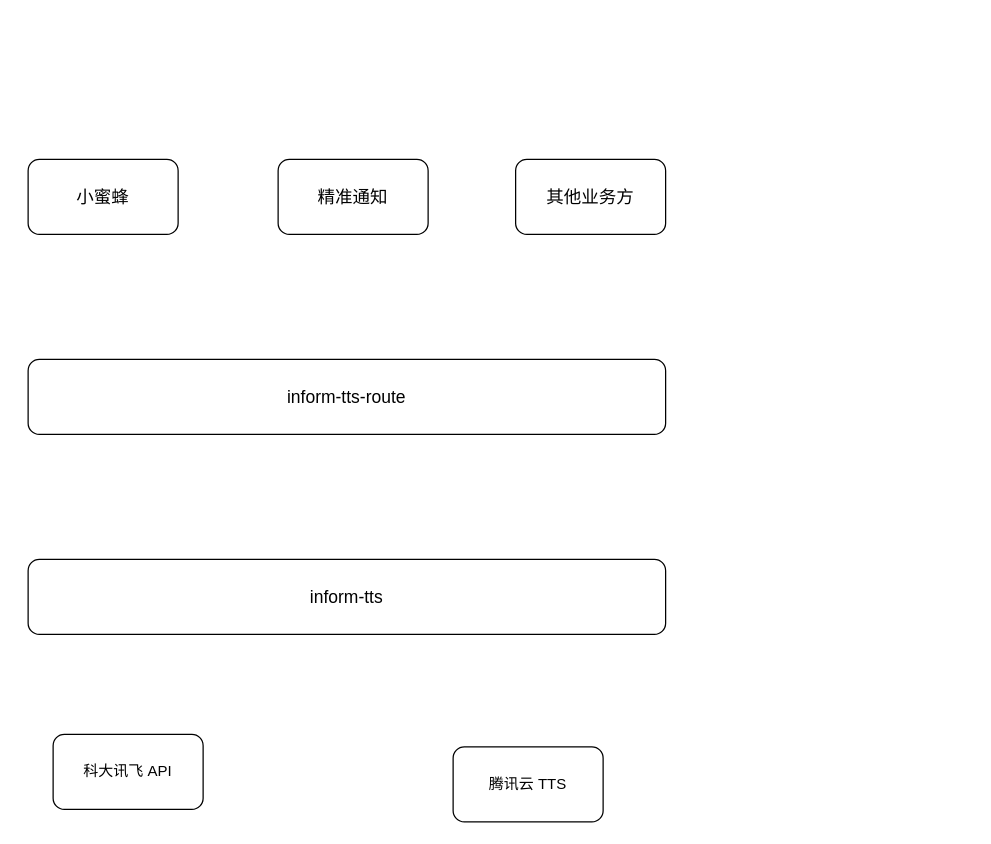
Earlier version of the draw.io diagram 音频合成架构.drawio (DongRuihua/draw). Source tidied: cells renumbered, new cells numbered last; positions are measured from the earlier drawing's top-left corner, leaving out a move shared by most shapes. Both pictures are drawn from the tidied source at 125%, with x=0, y=0 at pixel (28, 159). Pictures stored in the file or linked from it are replaced by grey dashed boxes.
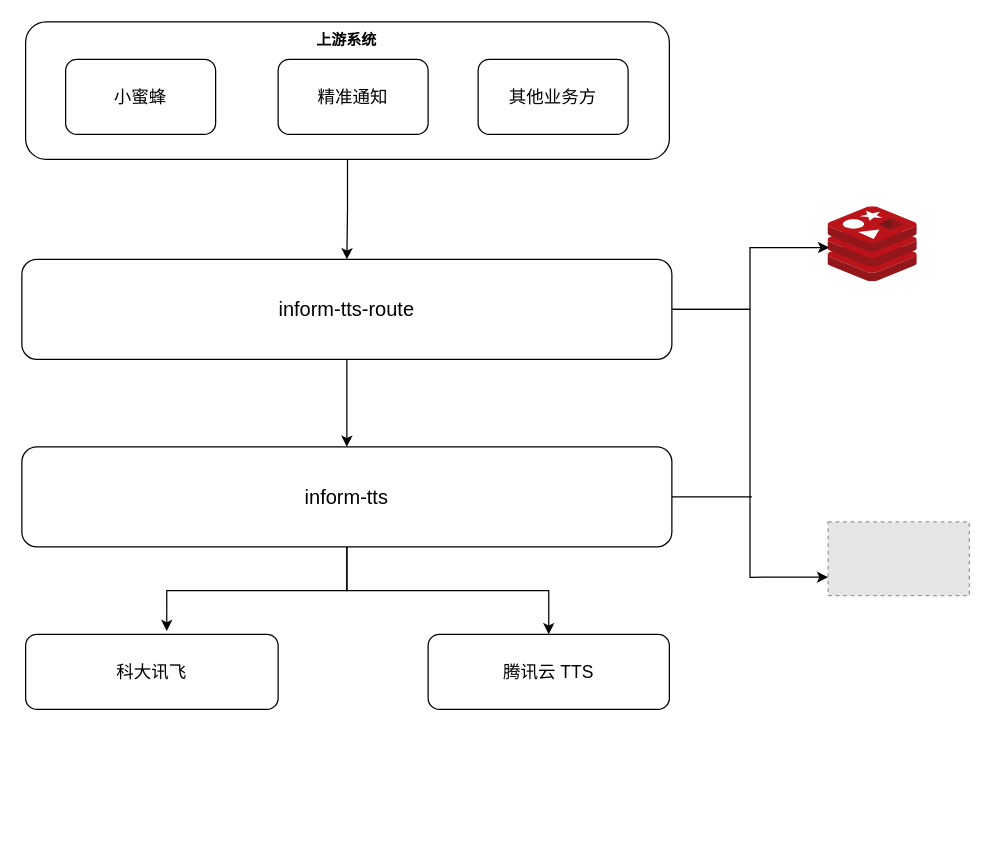
The same page after the edit.

Commit message:
更新音频合成架构.drawio

Change to the diagram source:
```diff
@@
+    <mxCell id="9" style="edgeStyle=orthogonalEdgeStyle;rounded=0;jettySize=auto;html=1;" parent="1" edge="1" source="10" target="5">
+      <mxGeometry relative="1" as="geometry" />
+    </mxCell>
+    <mxCell id="10" style="rounded=1;whiteSpace=wrap;html=1;perimeterSpacing=0;" parent="1" vertex="1">
+      <mxGeometry x="-2" y="-110" width="515" height="110" as="geometry" />
+    </mxCell>
     <mxCell id="2" value="&lt;font style=&quot;font-size: 14px;&quot;&gt;小蜜蜂&lt;/font&gt;" style="rounded=1;whiteSpace=wrap;html=1;" parent="1" vertex="1">
-      <mxGeometry width="120" height="60" as="geometry" />
+      <mxGeometry x="30" y="-80" width="120" height="60" as="geometry" />
     </mxCell>
     <mxCell id="3" value="&lt;font style=&quot;font-size: 14px;&quot;&gt;精准通知&lt;/font&gt;" style="rounded=1;whiteSpace=wrap;html=1;" parent="1" vertex="1">
-      <mxGeometry x="200" width="120" height="60" as="geometry" />
+      <mxGeometry x="200" y="-80" width="120" height="60" as="geometry" />
     </mxCell>
     <mxCell id="4" value="&lt;font style=&quot;font-size: 14px;&quot;&gt;其他业务方&lt;/font&gt;" style="rounded=1;whiteSpace=wrap;html=1;" parent="1" vertex="1">
-      <mxGeometry x="390" width="120" height="60" as="geometry" />
+      <mxGeometry x="360" y="-80" width="120" height="60" as="geometry" />
     </mxCell>
+    <mxCell id="11" style="edgeStyle=orthogonalEdgeStyle;rounded=0;jettySize=auto;html=1;" parent="1" edge="1" source="5" target="6">
+      <mxGeometry relative="1" as="geometry" />
+    </mxCell>
+    <mxCell id="12" style="edgeStyle=orthogonalEdgeStyle;rounded=0;jettySize=auto;html=1;entryX=0;entryY=0.75;entryDx=0;entryDy=0;" parent="1" edge="1" source="5" target="17">
+      <mxGeometry relative="1" as="geometry" />
+    </mxCell>
-    <mxCell id="5" value="&lt;font style=&quot;font-size: 14px;&quot;&gt;inform-tts-route&lt;/font&gt;" style="rounded=1;whiteSpace=wrap;html=1;" parent="1" vertex="1">
-      <mxGeometry y="160" width="510" height="60" as="geometry" />
+    <mxCell id="5" value="&lt;font style=&quot;font-size: 16px;&quot;&gt;inform-tts-route&lt;/font&gt;" style="rounded=1;whiteSpace=wrap;html=1;" parent="1" vertex="1">
+      <mxGeometry x="-5" y="80" width="520" height="80" as="geometry" />
     </mxCell>
-    <mxCell id="6" value="&lt;font style=&quot;font-size: 14px;&quot;&gt;inform-tts&lt;/font&gt;" style="rounded=1;whiteSpace=wrap;html=1;" parent="1" vertex="1">
-      <mxGeometry y="320" width="510" height="60" as="geometry" />
-    </mxCell>
-    <mxCell id="7" value="科大讯飞 API" style="rounded=1;whiteSpace=wrap;html=1;" parent="1" vertex="1">
-      <mxGeometry x="20" y="460" width="120" height="60" as="geometry" />
+    <mxCell id="7" value="&lt;font style=&quot;font-size: 14px;&quot;&gt;科大讯飞&lt;/font&gt;" style="rounded=1;whiteSpace=wrap;html=1;" parent="1" vertex="1">
+      <mxGeometry x="-2" y="380" width="202" height="60" as="geometry" />
     </mxCell>
-    <mxCell id="8" value="腾讯云 TTS" style="rounded=1;whiteSpace=wrap;html=1;" parent="1" vertex="1">
-      <mxGeometry x="340" y="470" width="120" height="60" as="geometry" />
+    <mxCell id="8" value="&lt;font style=&quot;font-size: 14px;&quot;&gt;腾讯云 TTS&lt;/font&gt;" style="rounded=1;whiteSpace=wrap;html=1;" parent="1" vertex="1">
+      <mxGeometry x="320" y="380" width="193" height="60" as="geometry" />
     </mxCell>
+    <mxCell id="13" value="上游系统" style="text;html=1;whiteSpace=wrap;strokeColor=none;fillColor=none;align=center;verticalAlign=middle;rounded=0;fontStyle=1;" parent="1" vertex="1">
+      <mxGeometry x="200" y="-110" width="110" height="30" as="geometry" />
+    </mxCell>
+    <mxCell id="14" style="edgeStyle=orthogonalEdgeStyle;rounded=0;jettySize=auto;html=1;" parent="1" edge="1" source="6" target="8">
+      <mxGeometry relative="1" as="geometry" />
+    </mxCell>
+    <mxCell id="15" style="edgeStyle=orthogonalEdgeStyle;rounded=0;orthogonalLoop=1;jettySize=auto;html=1;shape=wire;endArrow=none;endFill=0;" parent="1" edge="1">
+      <mxGeometry relative="1" as="geometry">
+        <mxPoint x="514" y="270" as="sourcePoint" />
+        <mxPoint x="579" y="270" as="targetPoint" />
+      </mxGeometry>
+    </mxCell>
+    <mxCell id="6" value="&lt;font style=&quot;font-size: 16px;&quot;&gt;inform-tts&lt;/font&gt;" style="rounded=1;whiteSpace=wrap;html=1;" parent="1" vertex="1">
+      <mxGeometry x="-5" y="230" width="520" height="80" as="geometry" />
+    </mxCell>
+    <mxCell id="16" style="image;sketch=0;html=1;points=[];align=center;fontSize=12;image=img/lib/mscae/Cache_Redis_Product.svg;" parent="1" vertex="1">
+      <mxGeometry x="640" y="38" width="71.4" height="60" as="geometry" />
+    </mxCell>
+    <mxCell id="17" style="fillColor=#E6E6E6;strokeColor=#999999;dashed=1;html=1;verticalAlign=top;verticalLabelPosition=bottom;labelBackgroundColor=#ffffff;" parent="1" vertex="1">
+      <mxGeometry x="640" y="290" width="113" height="59" as="geometry" />
+    </mxCell>
+    <mxCell id="18" style="edgeStyle=orthogonalEdgeStyle;rounded=0;jettySize=auto;html=1;entryX=0.559;entryY=-0.044;entryDx=0;entryDy=0;entryPerimeter=0;" parent="1" edge="1" source="6" target="7">
+      <mxGeometry relative="1" as="geometry" />
+    </mxCell>
+    <mxCell id="19" style="edgeStyle=orthogonalEdgeStyle;rounded=0;jettySize=auto;html=1;entryX=0.012;entryY=0.543;entryDx=0;entryDy=0;entryPerimeter=0;" parent="1" edge="1" source="5" target="16">
+      <mxGeometry relative="1" as="geometry" />
+    </mxCell>
```
